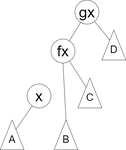
The draw.io diagram splay_2.png in xglight/photo, before a commit. Source tidied: cells renumbered, new cells last; positions are measured from the earlier drawing's top-left corner, leaving out a move shared by most shapes.
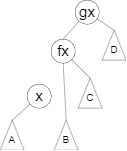
After the commit.

What changed in the source:
```diff
@@ -11,7 +11,7 @@
     <mxCell id="4" value="gx" style="ellipse;whiteSpace=wrap;html=1;fontSize=50;" parent="1" vertex="1">
       <mxGeometry x="260" width="80" height="80" as="geometry" />
     </mxCell>
-    <mxCell id="5" style="endArrow=none;html=1;rounded=0;" parent="1" edge="1" source="3" target="4">
+    <mxCell id="5" style="endArrow=none;html=1;rounded=0;exitX=0.5;exitY=0;exitDx=0;exitDy=0;" parent="1" edge="1" source="3" target="4">
       <mxGeometry relative="1" as="geometry" />
     </mxCell>
     <mxCell id="6" style="triangle;whiteSpace=wrap;html=1;rotation=-90;" parent="1" vertex="1">
@@ -38,16 +38,16 @@
     <mxCell id="13" value="&lt;font style=&quot;font-size: 34px;&quot;&gt;D&lt;/font&gt;" style="text;html=1;align=center;verticalAlign=middle;whiteSpace=wrap;rounded=0;" parent="1" vertex="1">
       <mxGeometry x="360" y="150" width="60" height="30" as="geometry" />
     </mxCell>
-    <mxCell id="14" style="endArrow=none;html=1;rounded=0;" parent="1" edge="1" source="6" target="2">
+    <mxCell id="14" style="endArrow=none;html=1;rounded=0;exitX=1;exitY=0.5;exitDx=0;exitDy=0;" parent="1" edge="1" source="6" target="2">
       <mxGeometry relative="1" as="geometry" />
     </mxCell>
-    <mxCell id="15" style="endArrow=none;html=1;rounded=0;entryX=0.5;entryY=1;entryDx=0;entryDy=0;exitX=1;exitY=0.5;exitDx=0;exitDy=0;" parent="1" edge="1" source="8" target="3">
+    <mxCell id="15" style="endArrow=none;html=1;rounded=0;exitX=1;exitY=0.5;exitDx=0;exitDy=0;entryX=0.5;entryY=1;entryDx=0;entryDy=0;" parent="1" edge="1" source="8" target="3">
       <mxGeometry relative="1" as="geometry" />
     </mxCell>
-    <mxCell id="16" style="endArrow=none;html=1;rounded=0;" parent="1" edge="1" source="10" target="3">
+    <mxCell id="16" style="endArrow=none;html=1;rounded=0;exitX=1;exitY=0.5;exitDx=0;exitDy=0;" parent="1" edge="1" source="10" target="3">
       <mxGeometry relative="1" as="geometry" />
     </mxCell>
-    <mxCell id="17" style="endArrow=none;html=1;rounded=0;" parent="1" edge="1" source="12" target="4">
+    <mxCell id="17" style="endArrow=none;html=1;rounded=0;exitX=1;exitY=0.5;exitDx=0;exitDy=0;" parent="1" edge="1" source="12" target="4">
       <mxGeometry relative="1" as="geometry" />
     </mxCell>
   </root>
```
